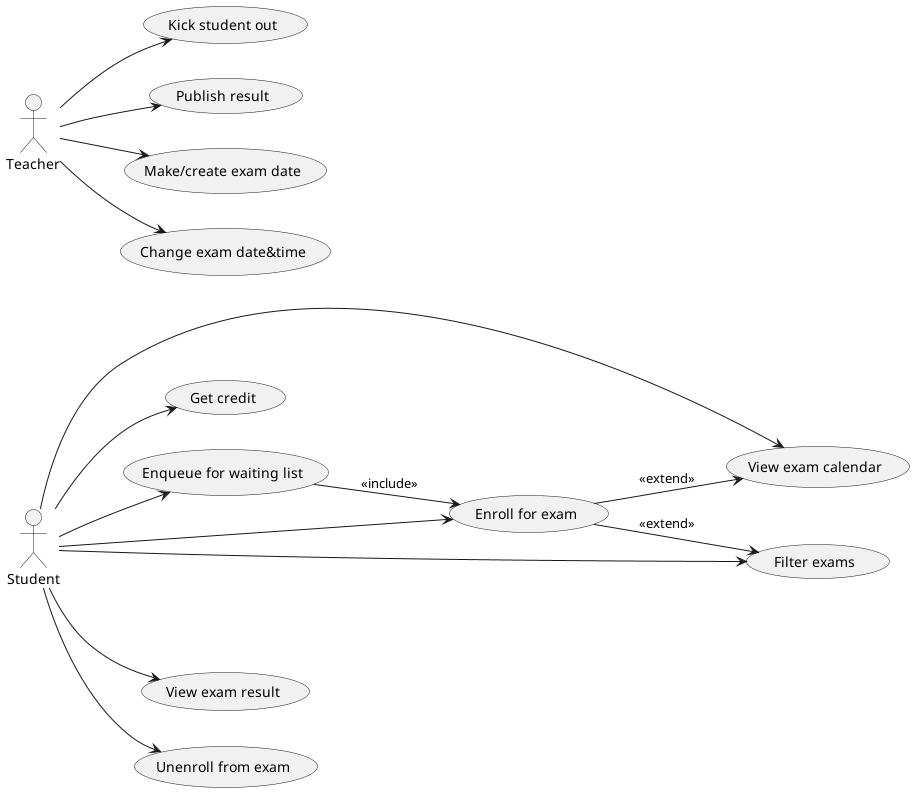
The PlantUML diagram uml/UseCases.png in Fundeluk/nswi041-exams, before a commit. The source it was exported from:
```plantuml
@startuml UseCases
left to right direction
actor Student as s
actor Teacher as t
usecase "Enroll for exam" as SI
usecase "Get credit" as GC1
usecase "Enqueue for waiting list" as QWL1
usecase "View exam calendar" as VEC1
usecase "Filter exams" as FE1
usecase "View exam result" as VER1
usecase "Unenroll from exam" as SO1
usecase "Kick student out" as KSO1
usecase "Publish result" as PR
usecase "Make/create exam date" as MED
usecase "Change exam date&time" as CED

s --> GC1
s --> QWL1
s --> VEC1
s --> FE1
s --> VER1
s --> SO1
s --> SI

QWL1 --> SI : <<include>>
SI --> VEC1 : <<extend>>
SI --> FE1 : <<extend>>

t --> KSO1
t --> PR
t --> MED
t --> CED
@enduml
```
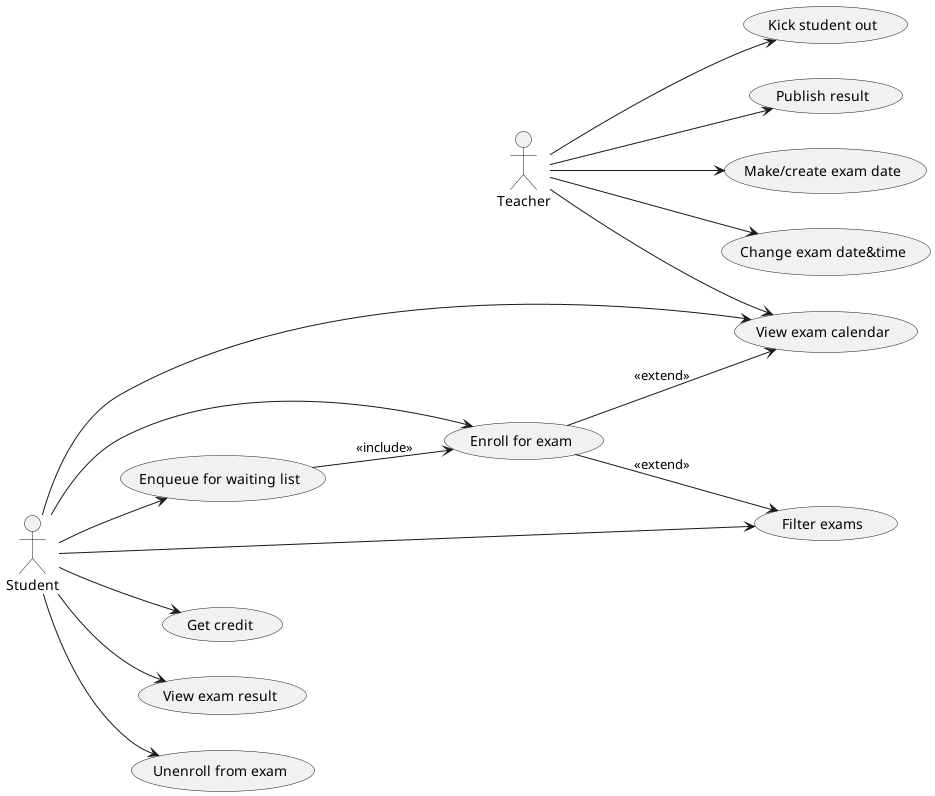
After the change.

Commit message:
update uml diagram

The edit, as a diff of the source:
```diff
@@ -30,4 +30,5 @@
 t --> PR
 t --> MED
 t --> CED
+t --> VEC1
 @enduml
```
